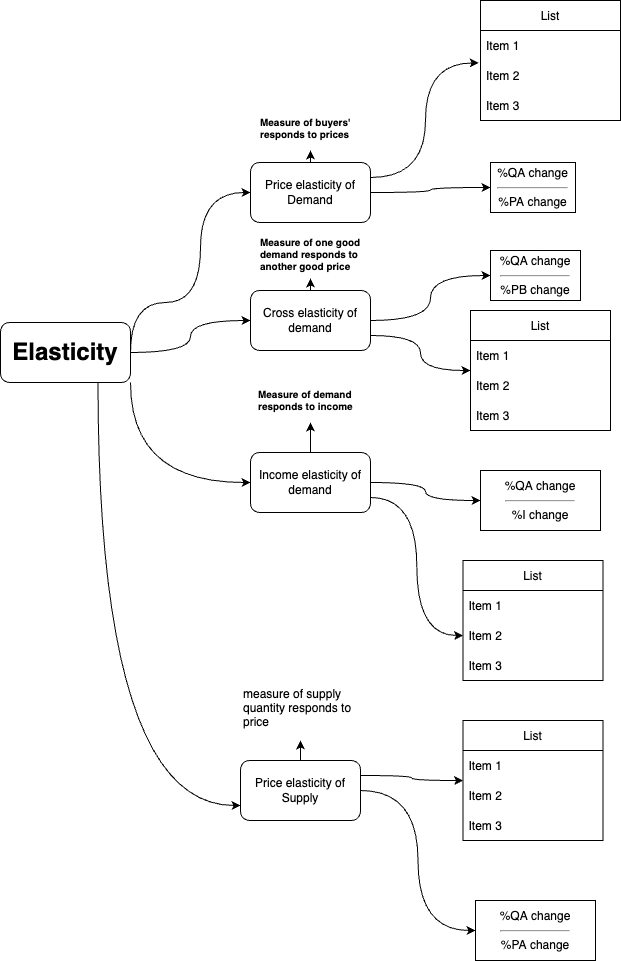
Before: Elasticity.png, a diagram exported from draw.io (Linglei1226/Data_Science). Source tidied: cells renumbered, new cells last; positions are measured from the earlier drawing's top-left corner, leaving out a move shared by most shapes.
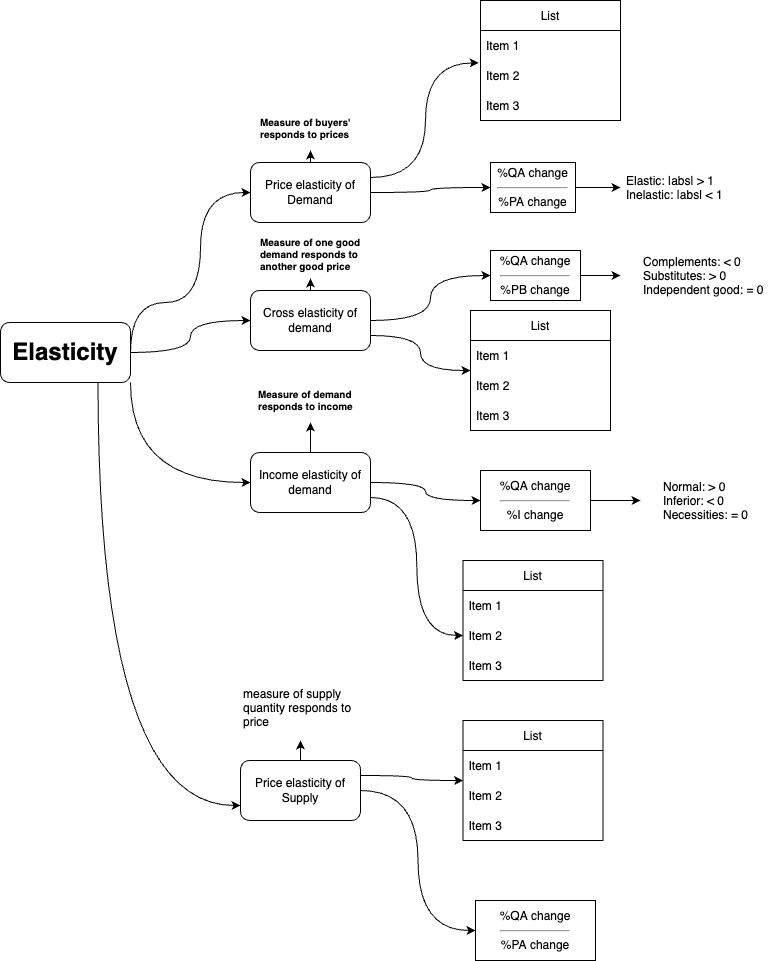
The same diagram one commit later.

Diff of the diagram source:
```diff
@@ -71,14 +71,27 @@
     <mxCell id="22" value="Price elasticity of Supply" style="rounded=1;whiteSpace=wrap;html=1;" parent="1" vertex="1">
       <mxGeometry x="240" y="760" width="120" height="60" as="geometry" />
     </mxCell>
+    <mxCell id="47" style="edgeStyle=orthogonalEdgeStyle;curved=1;rounded=0;jettySize=auto;html=1;elbow=vertical;" parent="1" edge="1" source="23" target="50">
+      <mxGeometry relative="1" as="geometry" />
+    </mxCell>
     <mxCell id="23" value="%QA change&lt;hr&gt;%PA change" style="whiteSpace=wrap;html=1;" parent="1" vertex="1">
       <mxGeometry x="490" y="162" width="85" height="50" as="geometry" />
     </mxCell>
+    <mxCell id="48" style="edgeStyle=orthogonalEdgeStyle;curved=1;rounded=0;jettySize=auto;html=1;exitX=1;exitY=0.5;exitDx=0;exitDy=0;elbow=vertical;" parent="1" edge="1" source="24">
+      <mxGeometry relative="1" as="geometry">
+        <mxPoint x="620" y="275" as="targetPoint" />
+      </mxGeometry>
+    </mxCell>
     <mxCell id="24" value="%QA change&lt;hr&gt;%PB change" style="rounded=0;whiteSpace=wrap;html=1;" parent="1" vertex="1">
       <mxGeometry x="490" y="250" width="90" height="50" as="geometry" />
     </mxCell>
+    <mxCell id="49" style="edgeStyle=orthogonalEdgeStyle;curved=1;rounded=0;jettySize=auto;html=1;elbow=vertical;" parent="1" edge="1" source="25">
+      <mxGeometry relative="1" as="geometry">
+        <mxPoint x="640" y="500" as="targetPoint" />
+      </mxGeometry>
+    </mxCell>
     <mxCell id="25" value="%QA change&lt;hr&gt;%I change" style="rounded=0;whiteSpace=wrap;html=1;" parent="1" vertex="1">
-      <mxGeometry x="480" y="470" width="120" height="60" as="geometry" />
+      <mxGeometry x="480" y="470" width="110" height="60" as="geometry" />
     </mxCell>
     <mxCell id="26" value="%QA change&lt;hr&gt;%PA change" style="rounded=0;whiteSpace=wrap;html=1;" parent="1" vertex="1">
       <mxGeometry x="475" y="900" width="120" height="60" as="geometry" />
@@ -143,5 +156,14 @@
     <mxCell id="46" value="&lt;h5&gt;&lt;span style=&quot;background-color: initial; font-size: 12px; font-weight: normal;&quot;&gt;measure of supply quantity responds to price&lt;/span&gt;&lt;/h5&gt;" style="text;html=1;strokeColor=none;fillColor=none;spacing=5;spacingTop=-20;whiteSpace=wrap;overflow=hidden;rounded=0;" parent="1" vertex="1">
       <mxGeometry x="237.5" y="680" width="125" height="60" as="geometry" />
     </mxCell>
+    <mxCell id="50" value="Elastic: |abs| &gt; 1&#10;Inelastic: |abs| &lt; 1" style="text;strokeColor=none;fillColor=none;align=left;verticalAlign=middle;spacingLeft=4;spacingRight=4;overflow=hidden;points=[[0,0.5],[1,0.5]];portConstraint=eastwest;" parent="1" vertex="1">
+      <mxGeometry x="620" y="172" width="110" height="30" as="geometry" />
+    </mxCell>
+    <mxCell id="51" value="Complements: &lt; 0&#10;Substitutes: &gt; 0&#10;Independent good: = 0" style="text;strokeColor=none;fillColor=none;align=left;verticalAlign=middle;spacingLeft=4;spacingRight=4;overflow=hidden;" parent="1" vertex="1">
+      <mxGeometry x="637" y="250" width="140" height="50" as="geometry" />
+    </mxCell>
+    <mxCell id="52" value="Normal: &gt; 0&#10;Inferior: &lt; 0&#10;Necessities: = 0" style="text;strokeColor=none;fillColor=none;align=left;verticalAlign=middle;spacingLeft=4;spacingRight=4;overflow=hidden;" parent="1" vertex="1">
+      <mxGeometry x="657" y="477.5" width="100" height="45" as="geometry" />
+    </mxCell>
   </root>
 </mxGraphModel>
```
